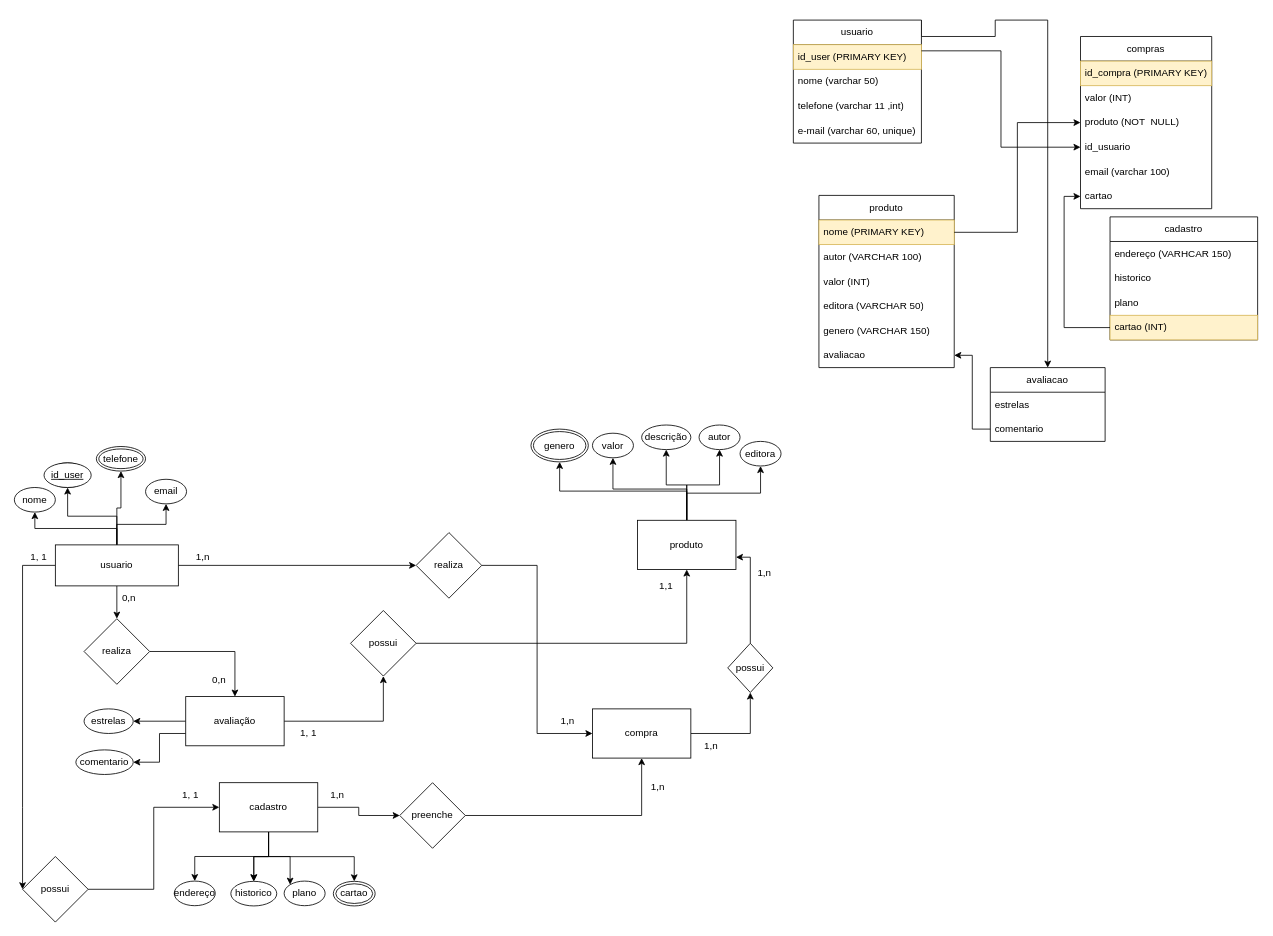
The draw.io diagram page "Página-1" (1 of 2) of Diagrama sem nome.drawio in Pedro1AF/Backlog, before the edit. Source tidied: cells renumbered, new cells numbered last; positions are measured from the earlier drawing's top-left corner, leaving out a move shared by most shapes. Both pictures are drawn from the tidied source at 82%, with x=0, y=0 at pixel (14, 20).
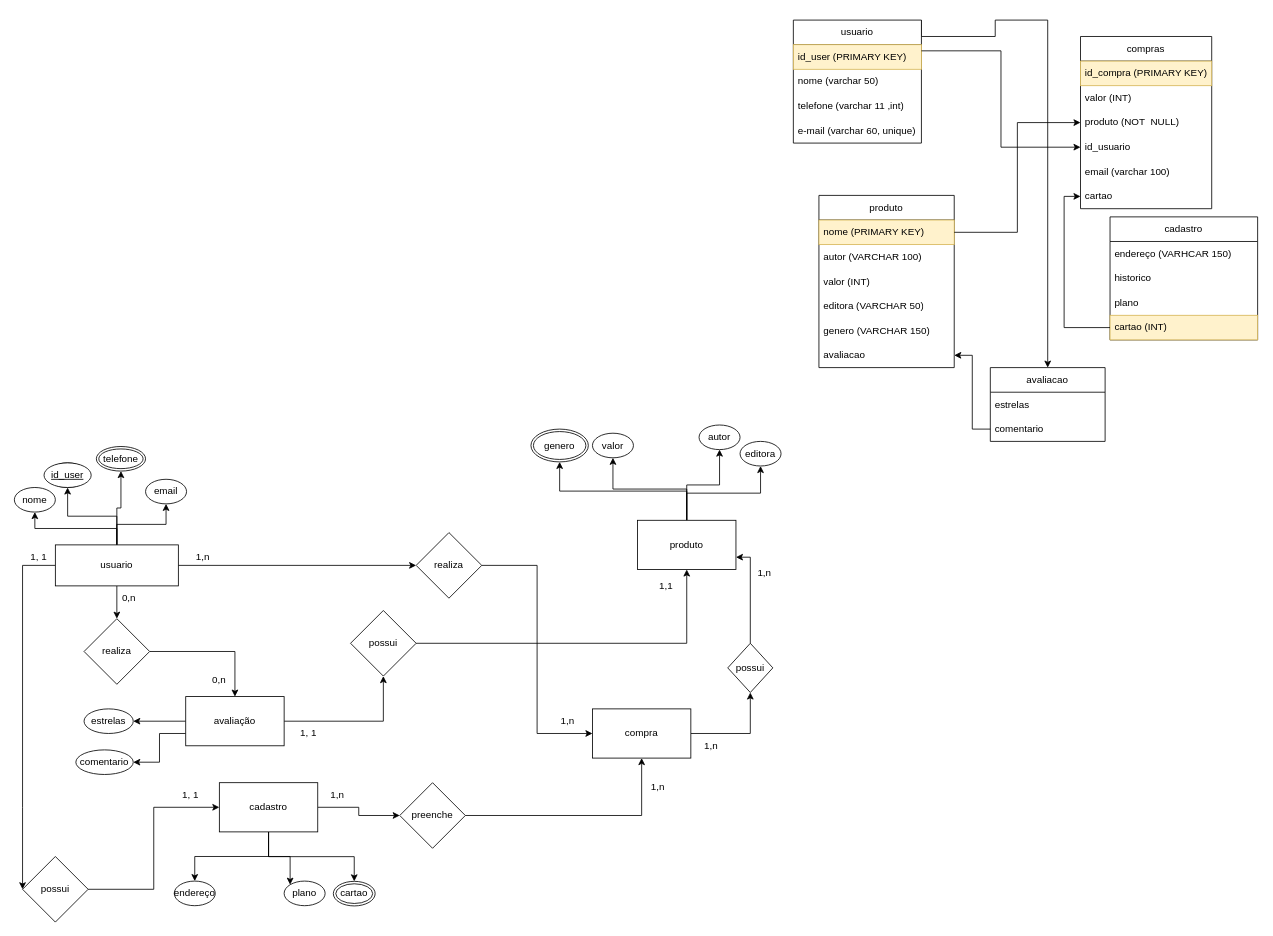
After the change.

Commit message:
atualizei integrando a arquitetura  do diagrama

Unchanged cells that the change refers to:
```xml
<mxCell id="17" value="produto" style="rounded=0;whiteSpace=wrap;html=1;" parent="1" vertex="1">
  <mxGeometry x="760" y="610" width="120" height="60" as="geometry" />
</mxCell>
<mxCell id="37" value="cadastro" style="rounded=0;whiteSpace=wrap;html=1;" parent="1" vertex="1">
  <mxGeometry x="250" y="930" width="120" height="60" as="geometry" />
</mxCell>
```

What changed in the source:
```diff
@@
-    <mxCell id="13" style="edgeStyle=orthogonalEdgeStyle;rounded=0;jettySize=auto;html=1;entryX=0.5;entryY=1;entryDx=0;entryDy=0;" parent="1" edge="1" source="17" target="40">
-      <mxGeometry relative="1" as="geometry" />
-    </mxCell>
@@
-    <mxCell id="31" style="edgeStyle=orthogonalEdgeStyle;rounded=0;jettySize=auto;html=1;" parent="1" edge="1" source="37" target="45">
-      <mxGeometry relative="1" as="geometry" />
-    </mxCell>
@@
-    <mxCell id="34" style="edgeStyle=orthogonalEdgeStyle;rounded=0;jettySize=auto;html=1;" parent="1" edge="1" source="37" target="45">
-      <mxGeometry relative="1" as="geometry" />
-    </mxCell>
@@
-    <mxCell id="40" value="descrição" style="ellipse;whiteSpace=wrap;html=1;" parent="1" vertex="1">
-      <mxGeometry x="765" y="493.8" width="60" height="30" as="geometry" />
-    </mxCell>
@@
-    <mxCell id="45" value="historico" style="ellipse;whiteSpace=wrap;html=1;rotation=0;" parent="1" vertex="1">
-      <mxGeometry x="264" y="1050.3" width="56" height="30" as="geometry" />
-    </mxCell>
```
